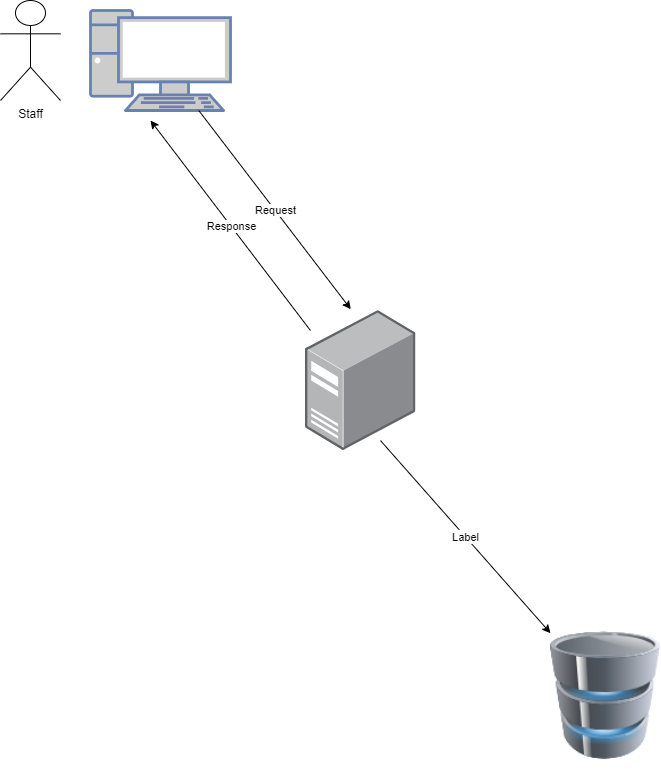
Above: Image SRS/antarmuka perangkat keras.png in lutfiainnun/Kelompok6 (draw.io), before the change. Source tidied: cells renumbered, new cells last; positions are measured from the earlier drawing's top-left corner, leaving out a move shared by most shapes.
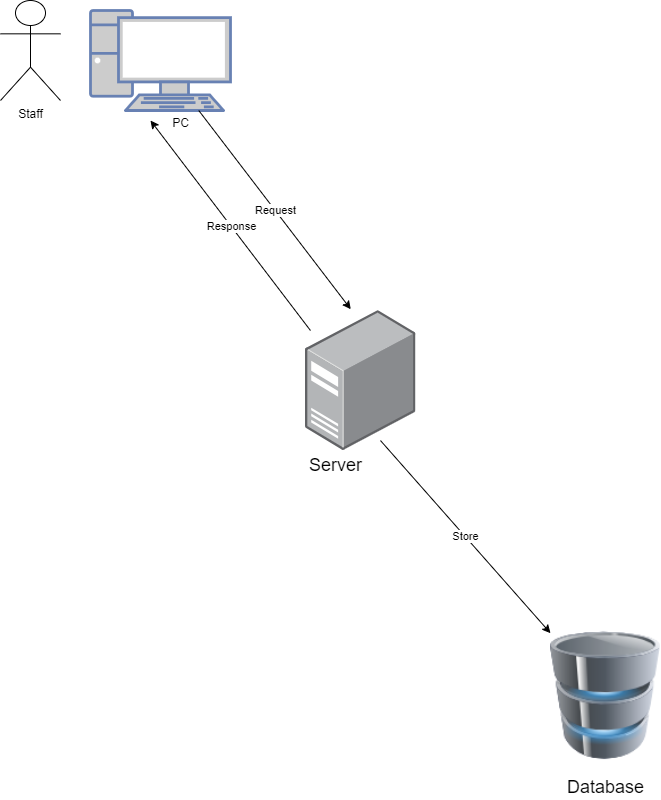
After the commit.

What changed in the source:
```diff
@@ -11,7 +11,7 @@
     <mxCell id="4" style="image;points=[];html=1;align=center;shadow=0;dashed=0;image=img/lib/allied_telesis/computer_and_terminals/Server_Desktop.svg;" parent="1" vertex="1">
       <mxGeometry x="305" y="310" width="110.4" height="140" as="geometry" />
     </mxCell>
-    <mxCell id="5" style="image;html=1;image=img/lib/clip_art/computers/Database_128x128.png;" parent="1" vertex="1">
+    <mxCell id="5" value="&lt;font style=&quot;font-size: 18px;&quot;&gt;Database&lt;/font&gt;" style="image;html=1;image=img/lib/clip_art/computers/Database_128x128.png;" parent="1" vertex="1">
       <mxGeometry x="550" y="620" width="110" height="150" as="geometry" />
     </mxCell>
     <mxCell id="6" style="endArrow=classic;html=1;rounded=0;entryX=0.41;entryY=-0.009;entryDx=0;entryDy=0;entryPerimeter=0;" parent="1" edge="1" source="2" target="4">
@@ -31,8 +31,11 @@
     <mxCell id="10" value="Store" style="endArrow=classic;html=1;rounded=0;exitX=0.679;exitY=0.929;exitDx=0;exitDy=0;exitPerimeter=0;" parent="1" edge="1" source="4" target="5">
       <mxGeometry relative="1" as="geometry" />
     </mxCell>
-    <mxCell id="11" value="Label" style="edgeLabel;html=1;align=center;verticalAlign=middle;" parent="10" vertex="1">
-      <mxGeometry relative="1" as="geometry" />
-    </mxCell>
+    <mxCell id="12" value="PC" style="text;html=1;align=center;verticalAlign=middle;strokeColor=none;fillColor=none;" parent="1" vertex="1">
+      <mxGeometry x="160" y="108" width="40" height="30" as="geometry" />
+    </mxCell>
+    <mxCell id="13" value="&lt;font style=&quot;font-size: 18px;&quot;&gt;Server&lt;/font&gt;" style="text;html=1;align=center;verticalAlign=middle;strokeColor=none;fillColor=none;" parent="1" vertex="1">
+      <mxGeometry x="295" y="445" width="80" height="40" as="geometry" />
+    </mxCell>
   </root>
 </mxGraphModel>
```
